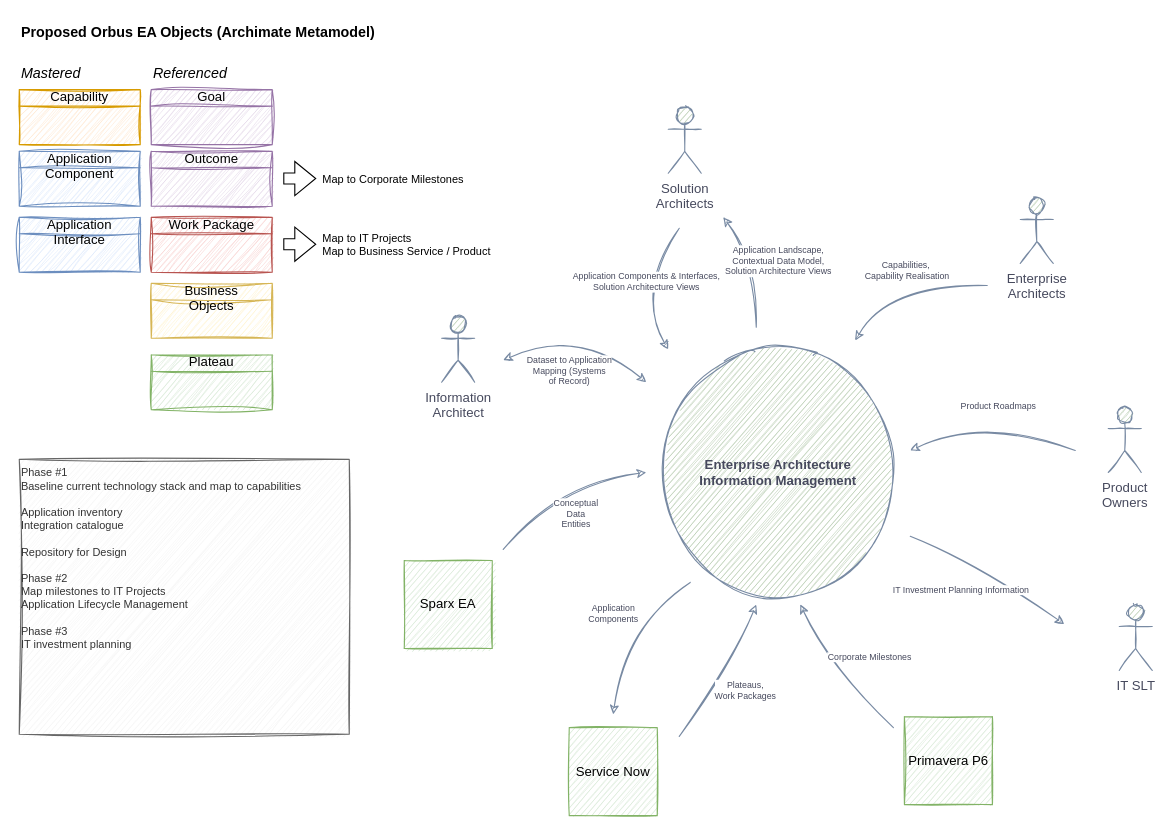
Above: page "IT Orbus Context" (2 of 3) of TOM Management.drawio in martinlt/reference (draw.io), before the change. Source tidied: cells renumbered, new cells numbered last; positions are measured from the earlier drawing's top-left corner, leaving out a move shared by most shapes. Both pictures are drawn from the tidied source at 110%, with x=0, y=0 at pixel (19, 19).
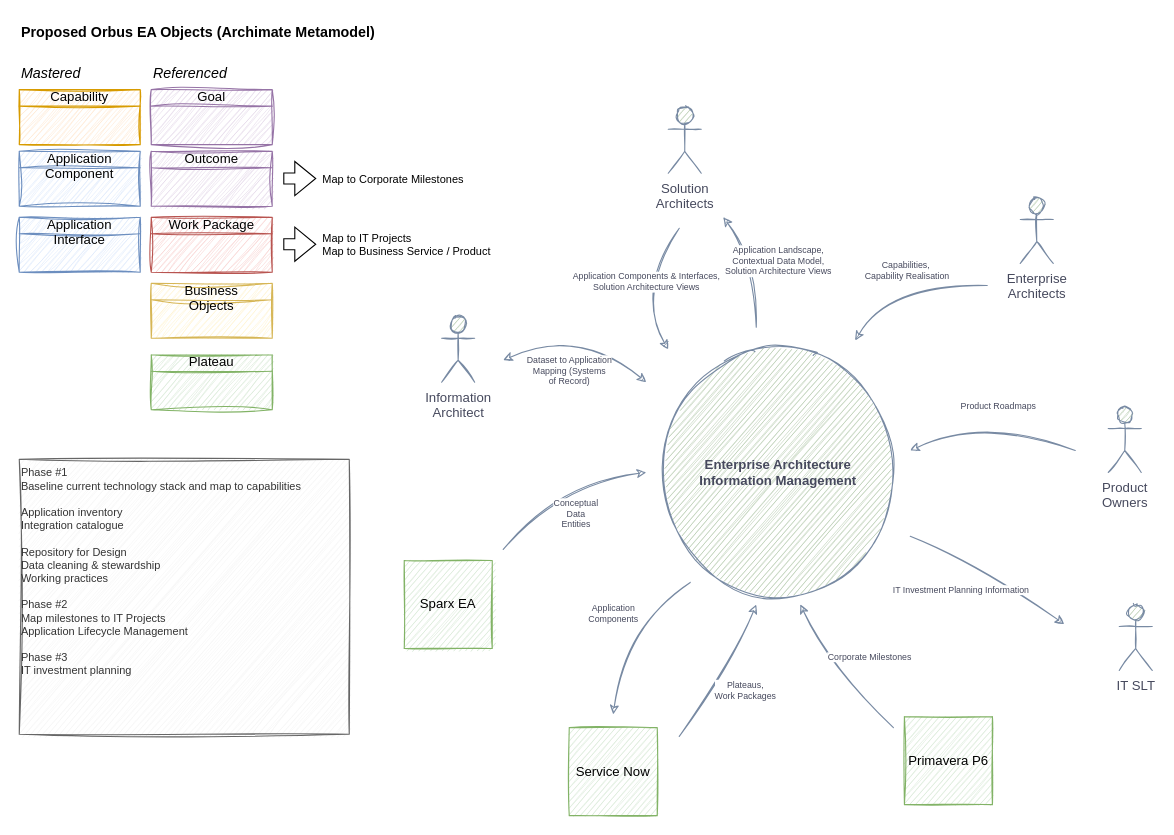
The same diagram, later.

What changed in the source:
```diff
@@
-    <mxCell id="30" value="Phase #1&lt;br&gt;Baseline current technology stack and map to capabilities&lt;br&gt;&lt;br&gt;Application inventory&lt;br&gt;Integration catalogue&lt;br&gt;&lt;br&gt;Repository for Design&lt;br&gt;&lt;br&gt;Phase #2&lt;br&gt;Map milestones to IT Projects&lt;br&gt;Application Lifecycle Management&lt;br&gt;&lt;br&gt;Phase #3&lt;br&gt;IT investment planning" style="text;html=1;strokeColor=#666666;fillColor=#f5f5f5;align=left;verticalAlign=top;whiteSpace=wrap;rounded=0;fontSize=10;fontColor=#333333;sketch=1;curveFitting=1;jiggle=2;" parent="1" vertex="1">
+    <mxCell id="30" value="Phase #1&lt;br&gt;Baseline current technology stack and map to capabilities&lt;br&gt;&lt;br&gt;Application inventory&lt;br&gt;Integration catalogue&lt;br&gt;&lt;br&gt;Repository for Design&lt;br&gt;Data cleaning &amp;amp; stewardship&lt;br&gt;Working practices&lt;br&gt;&lt;br&gt;Phase #2&lt;br&gt;Map milestones to IT Projects&lt;br&gt;Application Lifecycle Management&lt;br&gt;&lt;br&gt;Phase #3&lt;br&gt;IT investment planning" style="text;html=1;strokeColor=#666666;fillColor=#f5f5f5;align=left;verticalAlign=top;whiteSpace=wrap;rounded=0;fontSize=10;fontColor=#333333;sketch=1;curveFitting=1;jiggle=2;" parent="1" vertex="1">
       <mxGeometry y="400" width="300" height="250" as="geometry" />
     </mxCell>
```
